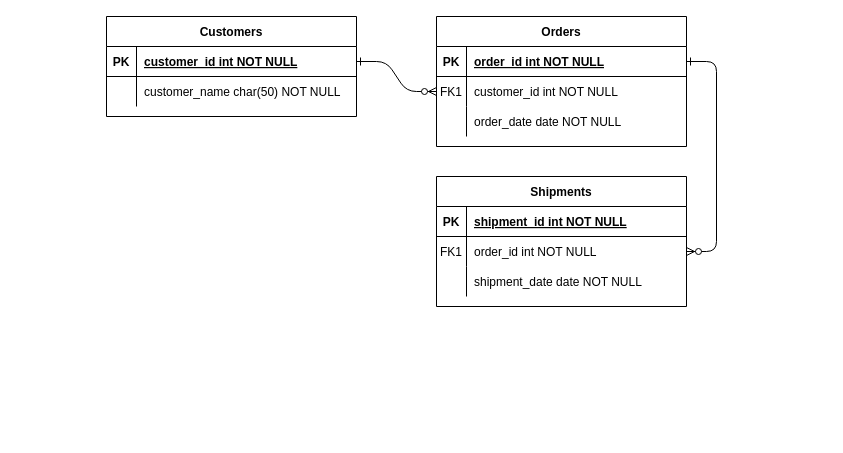
Shenaoro/curso_mariaDB keeps this draw.io diagram as Diagrama fisico.drawio. Above is the earlier version. Source tidied: cells renumbered, new cells numbered last; positions are measured from the earlier drawing's top-left corner, leaving out a move shared by most shapes. Both pictures are drawn from the tidied source at 100%, with x=0, y=0 at pixel (106, 16).
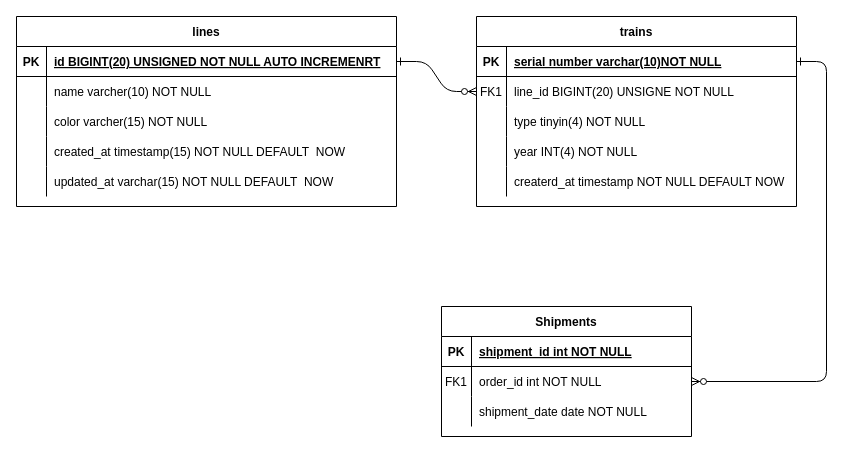
Above is the later version.

Change to the diagram source:
```diff
@@
-    <mxCell id="4" value="Orders" style="shape=table;startSize=30;childLayout=tableLayout;rowLines=0;fontStyle=1;align=center;" parent="1" vertex="1">
-      <mxGeometry x="330" width="250" height="130" as="geometry" />
+    <mxCell id="4" value="trains" style="shape=table;startSize=30;childLayout=tableLayout;rowLines=0;fontStyle=1;align=center;" parent="1" vertex="1">
+      <mxGeometry x="370" width="320" height="190" as="geometry" />
     </mxCell>
     <mxCell id="5" style="shape=partialRectangle;fillColor=none;points=[[0,0.5],[1,0.5]];portConstraint=eastwest;top=0;left=0;right=0;bottom=1;" parent="4" vertex="1">
-      <mxGeometry y="30" width="250" height="30" as="geometry" />
+      <mxGeometry y="30" width="320" height="30" as="geometry" />
     </mxCell>
@@
-    <mxCell id="7" value="order_id int NOT NULL " style="shape=partialRectangle;overflow=hidden;fillColor=none;top=0;left=0;bottom=0;right=0;align=left;spacingLeft=6;fontStyle=5;" parent="5" vertex="1">
-      <mxGeometry x="30" width="220" height="30" as="geometry" />
+    <mxCell id="7" value="serial number varchar(10)NOT NULL " style="shape=partialRectangle;overflow=hidden;fillColor=none;top=0;left=0;bottom=0;right=0;align=left;spacingLeft=6;fontStyle=5;" parent="5" vertex="1">
+      <mxGeometry x="30" width="290" height="30" as="geometry" />
     </mxCell>
     <mxCell id="8" style="shape=partialRectangle;fillColor=none;points=[[0,0.5],[1,0.5]];portConstraint=eastwest;top=0;left=0;right=0;bottom=0;" parent="4" vertex="1">
-      <mxGeometry y="60" width="250" height="30" as="geometry" />
+      <mxGeometry y="60" width="320" height="30" as="geometry" />
     </mxCell>
@@
-    <mxCell id="10" value="customer_id int NOT NULL" style="shape=partialRectangle;overflow=hidden;fillColor=none;top=0;left=0;bottom=0;right=0;align=left;spacingLeft=6;" parent="8" vertex="1">
-      <mxGeometry x="30" width="220" height="30" as="geometry" />
+    <mxCell id="10" value="line_id BIGINT(20) UNSIGNE NOT NULL" style="shape=partialRectangle;overflow=hidden;fillColor=none;top=0;left=0;bottom=0;right=0;align=left;spacingLeft=6;" parent="8" vertex="1">
+      <mxGeometry x="30" width="290" height="30" as="geometry" />
     </mxCell>
     <mxCell id="11" style="shape=partialRectangle;fillColor=none;top=0;left=0;right=0;bottom=0;" parent="4" vertex="1">
-      <mxGeometry y="90" width="250" height="30" as="geometry" />
+      <mxGeometry y="90" width="320" height="30" as="geometry" />
     </mxCell>
@@
-    <mxCell id="13" value="order_date date NOT NULL" style="shape=partialRectangle;overflow=hidden;fillColor=none;top=0;left=0;bottom=0;right=0;align=left;spacingLeft=6;" parent="11" vertex="1">
-      <mxGeometry x="30" width="220" height="30" as="geometry" />
+    <mxCell id="13" value="type tinyin(4) NOT NULL" style="shape=partialRectangle;overflow=hidden;fillColor=none;top=0;left=0;bottom=0;right=0;align=left;spacingLeft=6;" parent="11" vertex="1">
+      <mxGeometry x="30" width="290" height="30" as="geometry" />
     </mxCell>
+    <mxCell id="31" style="shape=partialRectangle;fillColor=none;top=0;left=0;right=0;bottom=0;" parent="4" vertex="1">
+      <mxGeometry y="120" width="320" height="30" as="geometry" />
+    </mxCell>
+    <mxCell id="32" style="shape=partialRectangle;overflow=hidden;fillColor=none;top=0;left=0;bottom=0;right=0;" parent="31" vertex="1">
+      <mxGeometry width="30" height="30" as="geometry" />
+    </mxCell>
+    <mxCell id="33" value="year INT(4) NOT NULL" style="shape=partialRectangle;overflow=hidden;fillColor=none;top=0;left=0;bottom=0;right=0;align=left;spacingLeft=6;" parent="31" vertex="1">
+      <mxGeometry x="30" width="290" height="30" as="geometry" />
+    </mxCell>
+    <mxCell id="34" style="shape=partialRectangle;fillColor=none;top=0;left=0;right=0;bottom=0;" parent="4" vertex="1">
+      <mxGeometry y="150" width="320" height="30" as="geometry" />
+    </mxCell>
+    <mxCell id="35" style="shape=partialRectangle;overflow=hidden;fillColor=none;top=0;left=0;bottom=0;right=0;" parent="34" vertex="1">
+      <mxGeometry width="30" height="30" as="geometry" />
+    </mxCell>
+    <mxCell id="36" value="createrd_at timestamp NOT NULL DEFAULT NOW" style="shape=partialRectangle;overflow=hidden;fillColor=none;top=0;left=0;bottom=0;right=0;align=left;spacingLeft=6;" parent="34" vertex="1">
+      <mxGeometry x="30" width="290" height="30" as="geometry" />
+    </mxCell>
     <mxCell id="14" value="Shipments" style="shape=table;startSize=30;childLayout=tableLayout;rowLines=0;fontStyle=1;align=center;" parent="1" vertex="1">
-      <mxGeometry x="330" y="160" width="250" height="130" as="geometry" />
+      <mxGeometry x="335" y="290" width="250" height="130" as="geometry" />
     </mxCell>
@@
-    <mxCell id="24" value="Customers" style="shape=table;startSize=30;childLayout=tableLayout;rowLines=0;fontStyle=1;align=center;" parent="1" vertex="1">
-      <mxGeometry width="250" height="100" as="geometry" />
+    <mxCell id="24" value="lines" style="shape=table;startSize=30;childLayout=tableLayout;rowLines=0;fontStyle=1;align=center;" parent="1" vertex="1">
+      <mxGeometry x="-90" width="380" height="190" as="geometry" />
     </mxCell>
     <mxCell id="25" style="shape=partialRectangle;fillColor=none;points=[[0,0.5],[1,0.5]];portConstraint=eastwest;top=0;left=0;right=0;bottom=1;" parent="24" vertex="1">
-      <mxGeometry y="30" width="250" height="30" as="geometry" />
+      <mxGeometry y="30" width="380" height="30" as="geometry" />
     </mxCell>
@@
-    <mxCell id="27" value="customer_id int NOT NULL " style="shape=partialRectangle;overflow=hidden;fillColor=none;top=0;left=0;bottom=0;right=0;align=left;spacingLeft=6;fontStyle=5;" parent="25" vertex="1">
-      <mxGeometry x="30" width="220" height="30" as="geometry" />
+    <mxCell id="27" value="id BIGINT(20) UNSIGNED NOT NULL AUTO INCREMENRT" style="shape=partialRectangle;overflow=hidden;fillColor=none;top=0;left=0;bottom=0;right=0;align=left;spacingLeft=6;fontStyle=5;" parent="25" vertex="1">
+      <mxGeometry x="30" width="350" height="30" as="geometry" />
     </mxCell>
     <mxCell id="28" style="shape=partialRectangle;fillColor=none;top=0;left=0;right=0;bottom=0;" parent="24" vertex="1">
-      <mxGeometry y="60" width="250" height="30" as="geometry" />
+      <mxGeometry y="60" width="380" height="30" as="geometry" />
     </mxCell>
@@
-    <mxCell id="30" value="customer_name char(50) NOT NULL" style="shape=partialRectangle;overflow=hidden;fillColor=none;top=0;left=0;bottom=0;right=0;align=left;spacingLeft=6;" parent="28" vertex="1">
-      <mxGeometry x="30" width="220" height="30" as="geometry" />
+    <mxCell id="30" value="name varcher(10) NOT NULL" style="shape=partialRectangle;overflow=hidden;fillColor=none;top=0;left=0;bottom=0;right=0;align=left;spacingLeft=6;" parent="28" vertex="1">
+      <mxGeometry x="30" width="350" height="30" as="geometry" />
     </mxCell>
+    <mxCell id="37" style="shape=partialRectangle;fillColor=none;top=0;left=0;right=0;bottom=0;" parent="24" vertex="1">
+      <mxGeometry y="90" width="380" height="30" as="geometry" />
+    </mxCell>
+    <mxCell id="38" style="shape=partialRectangle;overflow=hidden;fillColor=none;top=0;left=0;bottom=0;right=0;" parent="37" vertex="1">
+      <mxGeometry width="30" height="30" as="geometry" />
+    </mxCell>
+    <mxCell id="39" value="color varcher(15) NOT NULL" style="shape=partialRectangle;overflow=hidden;fillColor=none;top=0;left=0;bottom=0;right=0;align=left;spacingLeft=6;" parent="37" vertex="1">
+      <mxGeometry x="30" width="350" height="30" as="geometry" />
+    </mxCell>
+    <mxCell id="40" style="shape=partialRectangle;fillColor=none;top=0;left=0;right=0;bottom=0;" parent="24" vertex="1">
+      <mxGeometry y="120" width="380" height="30" as="geometry" />
+    </mxCell>
+    <mxCell id="41" style="shape=partialRectangle;overflow=hidden;fillColor=none;top=0;left=0;bottom=0;right=0;" parent="40" vertex="1">
+      <mxGeometry width="30" height="30" as="geometry" />
+    </mxCell>
+    <mxCell id="42" value="created_at timestamp(15) NOT NULL DEFAULT  NOW" style="shape=partialRectangle;overflow=hidden;fillColor=none;top=0;left=0;bottom=0;right=0;align=left;spacingLeft=6;" parent="40" vertex="1">
+      <mxGeometry x="30" width="350" height="30" as="geometry" />
+    </mxCell>
+    <mxCell id="43" style="shape=partialRectangle;fillColor=none;top=0;left=0;right=0;bottom=0;" parent="24" vertex="1">
+      <mxGeometry y="150" width="380" height="30" as="geometry" />
+    </mxCell>
+    <mxCell id="44" style="shape=partialRectangle;overflow=hidden;fillColor=none;top=0;left=0;bottom=0;right=0;" parent="43" vertex="1">
+      <mxGeometry width="30" height="30" as="geometry" />
+    </mxCell>
+    <mxCell id="45" value="updated_at varchar(15) NOT NULL DEFAULT  NOW" style="shape=partialRectangle;overflow=hidden;fillColor=none;top=0;left=0;bottom=0;right=0;align=left;spacingLeft=6;" parent="43" vertex="1">
+      <mxGeometry x="30" width="350" height="30" as="geometry" />
+    </mxCell>
```
